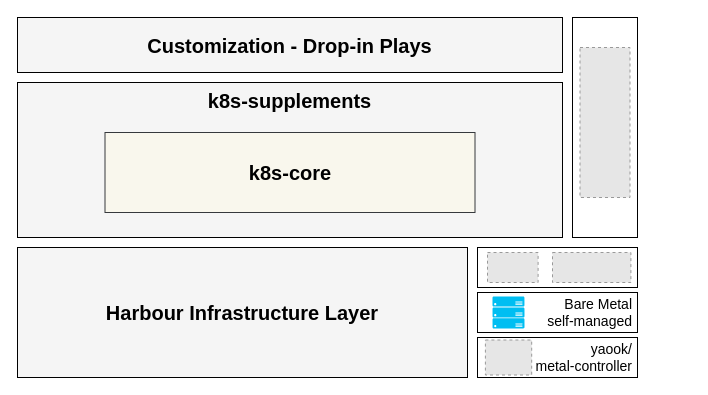
Earlier version of the draw.io diagram docs/img/layer-hierarchy.drawio (alasca-association/tarook). Source tidied: cells renumbered, new cells numbered last; positions are measured from the earlier drawing's top-left corner, leaving out a move shared by most shapes. Both pictures are drawn from the tidied source at 100%, with x=0, y=0 at pixel (17, 17). Pictures stored in the file or linked from it are replaced by grey dashed boxes.
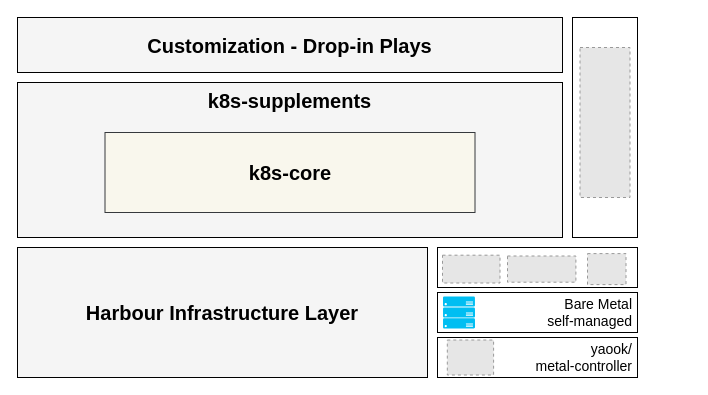
Above is the later version.

Change to the diagram source:
```diff
@@
 <mxGraphModel>
   <root>
     <mxCell id="0" />
     <mxCell id="1" parent="0" />
     <mxCell id="2" value="&lt;font style=&quot;font-size: 20px&quot;&gt;Harbour Infrastructure Layer&lt;/font&gt;" style="rounded=0;whiteSpace=wrap;html=1;verticalAlign=middle;fillColor=#F5F5F5;fontStyle=1;" parent="1" vertex="1">
-      <mxGeometry y="230" width="450" height="130" as="geometry" />
+      <mxGeometry y="230" width="410" height="130" as="geometry" />
     </mxCell>
     <mxCell id="3" style="group;" parent="1" vertex="1">
-      <mxGeometry x="460" y="230" width="160" height="40" as="geometry" />
+      <mxGeometry x="355" y="230" width="318.5" height="63" as="geometry" />
     </mxCell>
     <mxCell id="4" style="rounded=0;whiteSpace=wrap;html=1;fontSize=20;fillColor=#FFFFFF;verticalAlign=middle;labelPosition=center;verticalLabelPosition=middle;align=left;" parent="3" vertex="1">
-      <mxGeometry width="160" height="40" as="geometry" />
+      <mxGeometry x="65" width="200" height="40" as="geometry" />
     </mxCell>
     <mxCell id="5" style="fillColor=#E6E6E6;strokeColor=#999999;dashed=1;verticalLabelPosition=bottom;labelBackgroundColor=#ffffff;verticalAlign=top;" parent="3" vertex="1">
-      <mxGeometry x="75" y="5" width="78.4" height="30" as="geometry" />
+      <mxGeometry x="135" y="8.5" width="68.4" height="26.2" as="geometry" />
     </mxCell>
-    <mxCell id="6" style="fillColor=#E6E6E6;strokeColor=#999999;dashed=1;verticalLabelPosition=bottom;labelBackgroundColor=#ffffff;verticalAlign=top;" parent="3" vertex="1">
-      <mxGeometry x="10" y="5" width="50.6" height="30" as="geometry" />
-    </mxCell>
+    <mxCell id="17" style="fillColor=#E6E6E6;strokeColor=#999999;dashed=1;verticalLabelPosition=bottom;verticalAlign=top;" parent="3" vertex="1">
+      <mxGeometry x="215" y="6.1" width="38.5" height="31" as="geometry" />
+    </mxCell>
+    <mxCell id="18" style="fillColor=#E6E6E6;strokeColor=#999999;dashed=1;verticalLabelPosition=bottom;labelBackgroundColor=default;verticalAlign=top;" parent="3" vertex="1">
+      <mxGeometry x="70" y="7.7" width="57.5" height="27.8" as="geometry" />
+    </mxCell>
     <mxCell id="7" style="rounded=0;whiteSpace=wrap;html=1;fontSize=14;" parent="1" vertex="1">
       <mxGeometry x="555" width="65" height="220" as="geometry" />
     </mxCell>
     <mxCell id="8" style="fillColor=#E6E6E6;strokeColor=#999999;dashed=1;verticalLabelPosition=bottom;labelBackgroundColor=#ffffff;verticalAlign=top;" parent="1" vertex="1">
       <mxGeometry x="562.5" y="30" width="50" height="150" as="geometry" />
     </mxCell>
     <mxCell id="9" value="&lt;span style=&quot;font-size: 20px&quot;&gt;Customization - Drop-in Plays&lt;/span&gt;" style="rounded=0;whiteSpace=wrap;html=1;verticalAlign=middle;fillColor=#F5F5F5;fontStyle=1;" parent="1" vertex="1">
       <mxGeometry width="545" height="55" as="geometry" />
     </mxCell>
     <mxCell id="10" value="yaook/&lt;br&gt;metal-controller" style="rounded=0;whiteSpace=wrap;html=1;fontSize=14;fillColor=#FFFFFF;verticalAlign=middle;fontStyle=0;align=right;spacing=5;" parent="1" vertex="1">
-      <mxGeometry x="460" y="320" width="160" height="40" as="geometry" />
+      <mxGeometry x="420" y="320" width="200" height="40" as="geometry" />
     </mxCell>
     <mxCell id="11" style="group;spacing=0;verticalAlign=middle;" parent="1" vertex="1">
-      <mxGeometry x="460" y="320" width="160" height="40" as="geometry" />
+      <mxGeometry x="420" y="320" width="200" height="40" as="geometry" />
     </mxCell>
     <mxCell id="12" style="fillColor=#E6E6E6;strokeColor=#999999;dashed=1;verticalLabelPosition=middle;labelBackgroundColor=none;verticalAlign=middle;labelPosition=right;align=left;spacing=5;fontSize=14;" parent="11" vertex="1">
-      <mxGeometry x="7.9" y="2.5" width="46.3" height="35" as="geometry" />
+      <mxGeometry x="9.8" y="2.5" width="46.3" height="35" as="geometry" />
     </mxCell>
     <mxCell id="13" value="Bare Metal&lt;br style=&quot;font-size: 14px;&quot;&gt;self-managed&lt;br style=&quot;font-size: 14px;&quot;&gt;" style="rounded=0;whiteSpace=wrap;html=1;fontSize=14;fillColor=#FFFFFF;verticalAlign=middle;fontStyle=0;align=right;spacing=5;" parent="1" vertex="1">
-      <mxGeometry x="460" y="275" width="160" height="40" as="geometry" />
+      <mxGeometry x="420" y="275" width="200" height="40" as="geometry" />
     </mxCell>
     <mxCell id="14" style="verticalLabelPosition=bottom;html=1;verticalAlign=top;align=center;strokeColor=none;fillColor=#00BEF2;shape=mxgraph.azure.server_rack;fontSize=14;" parent="1" vertex="1">
-      <mxGeometry x="475" y="279" width="32" height="32" as="geometry" />
+      <mxGeometry x="425.5" y="279" width="32" height="32" as="geometry" />
     </mxCell>
     <mxCell id="15" value="&lt;font style=&quot;font-size: 20px&quot;&gt;k8s-supplements&lt;/font&gt;" style="rounded=0;whiteSpace=wrap;html=1;verticalAlign=top;fillColor=#F5F5F5;fontStyle=1;" parent="1" vertex="1">
       <mxGeometry y="65" width="545" height="155" as="geometry" />
     </mxCell>
     <mxCell id="16" value="&lt;span style=&quot;font-size: 20px;&quot;&gt;k8s-core&lt;/span&gt;" style="rounded=0;whiteSpace=wrap;html=1;verticalAlign=middle;fontStyle=1;fillColor=#f9f7ed;strokeColor=#36393d;" parent="1" vertex="1">
       <mxGeometry x="87.5" y="115" width="370" height="80" as="geometry" />
     </mxCell>
   </root>
 </mxGraphModel>
```
